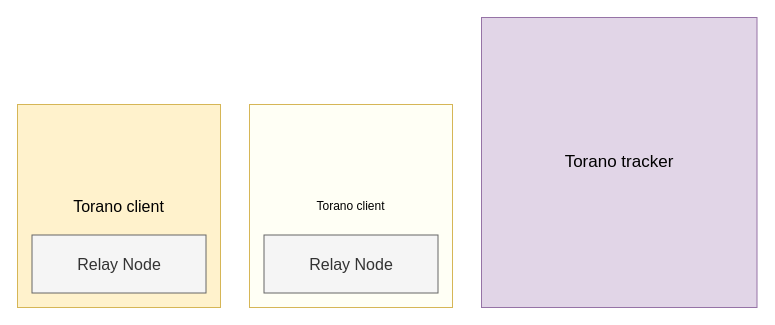
Above: protocol schemas/entities.drawio in davidviziteu/tor-torrent (draw.io), before the change. Source tidied: cells renumbered, new cells numbered last; positions are measured from the earlier drawing's top-left corner, leaving out a move shared by most shapes. Both pictures are drawn from the tidied source at 100%, with x=0, y=0 at pixel (17, 17).
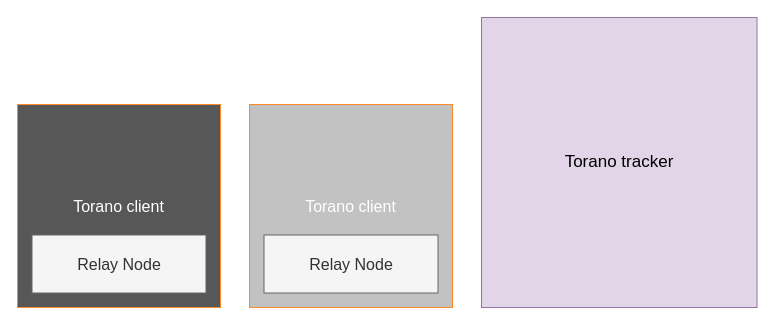
After the change.

The edit, as a diff of the source:
```diff
@@
 <mxGraphModel>
   <root>
     <mxCell id="0" />
     <mxCell id="1" parent="0" />
-    <mxCell id="2" style="group;" parent="1" vertex="1">
-      <mxGeometry width="739.5" height="290" as="geometry" />
-    </mxCell>
+    <mxCell id="6" value="&lt;font color=&quot;#ffffff&quot; style=&quot;font-size: 16px;&quot;&gt;Torano client&lt;/font&gt;" style="rounded=0;whiteSpace=wrap;html=1;fillColor=#C2C2C2;strokeColor=#FF8826;" parent="1" vertex="1">
+      <mxGeometry x="232" y="87" width="203" height="203" as="geometry" />
+    </mxCell>
-    <mxCell id="3" value="&lt;font style=&quot;font-size: 16px;&quot;&gt;Torano client&lt;/font&gt;" style="rounded=0;whiteSpace=wrap;html=1;fillColor=#fff2cc;strokeColor=#d6b656;" parent="2" vertex="1">
+    <mxCell id="3" value="&lt;font color=&quot;#ffffff&quot; style=&quot;font-size: 16px;&quot;&gt;Torano client&lt;/font&gt;" style="rounded=0;whiteSpace=wrap;html=1;fillColor=#575757;strokeColor=#FF8826;" parent="1" vertex="1">
       <mxGeometry y="87" width="203" height="203" as="geometry" />
     </mxCell>
-    <mxCell id="4" value="&lt;font style=&quot;font-size: 17px;&quot;&gt;Torano tracker&lt;/font&gt;" style="rounded=0;whiteSpace=wrap;html=1;fillColor=#e1d5e7;strokeColor=#9673a6;" parent="2" vertex="1">
+    <mxCell id="4" value="&lt;font style=&quot;font-size: 17px;&quot;&gt;Torano tracker&lt;/font&gt;" style="rounded=0;whiteSpace=wrap;html=1;fillColor=#e1d5e7;strokeColor=#9673a6;" parent="1" vertex="1">
       <mxGeometry x="464" width="275.5" height="290" as="geometry" />
     </mxCell>
-    <mxCell id="5" value="&lt;font style=&quot;font-size: 16px;&quot;&gt;Relay Node&lt;/font&gt;" style="rounded=0;whiteSpace=wrap;html=1;fillColor=#f5f5f5;strokeColor=#666666;fontColor=#333333;" parent="2" vertex="1">
+    <mxCell id="5" value="&lt;font style=&quot;font-size: 16px;&quot;&gt;Relay Node&lt;/font&gt;" style="rounded=0;whiteSpace=wrap;html=1;fillColor=#f5f5f5;strokeColor=#666666;fontColor=#333333;" parent="1" vertex="1">
       <mxGeometry x="14.5" y="217.5" width="174" height="58" as="geometry" />
     </mxCell>
-    <mxCell id="6" value="Torano client" style="rounded=0;whiteSpace=wrap;html=1;fillColor=#FFFFF5;strokeColor=#d6b656;" parent="2" vertex="1">
-      <mxGeometry x="232" y="87" width="203" height="203" as="geometry" />
-    </mxCell>
-    <mxCell id="7" value="&lt;font style=&quot;font-size: 16px;&quot;&gt;Relay Node&lt;/font&gt;" style="rounded=0;whiteSpace=wrap;html=1;fillColor=#f5f5f5;strokeColor=#666666;fontColor=#333333;" parent="2" vertex="1">
+    <mxCell id="7" value="&lt;font style=&quot;font-size: 16px;&quot;&gt;Relay Node&lt;/font&gt;" style="rounded=0;whiteSpace=wrap;html=1;fillColor=#f5f5f5;strokeColor=#666666;fontColor=#333333;" parent="1" vertex="1">
       <mxGeometry x="246.5" y="217.5" width="174" height="58" as="geometry" />
     </mxCell>
   </root>
 </mxGraphModel>
```
